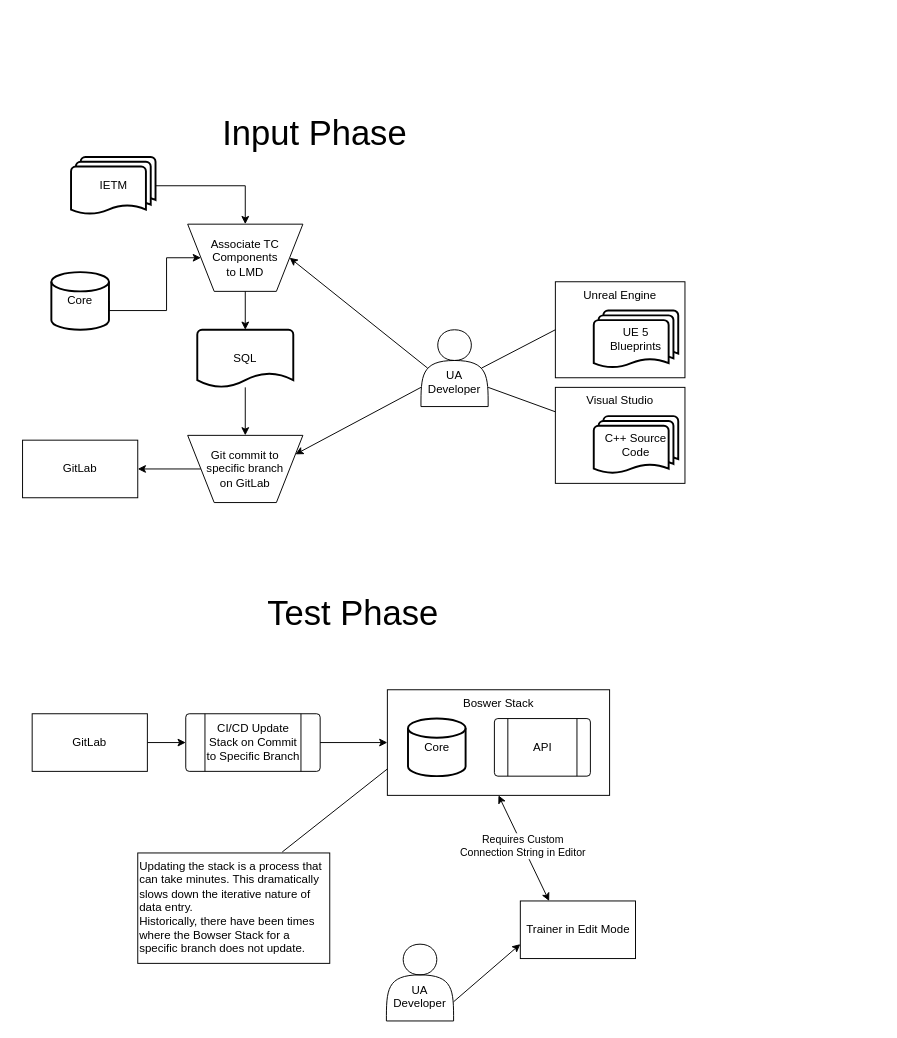
This is UA Developer - Add training data before.drawio from Bspeirtorch/draw, a draw.io file, before an edit. Source tidied: cells renumbered, new cells numbered last; positions are measured from the earlier drawing's top-left corner, leaving out a move shared by most shapes. Both pictures are drawn from the tidied source at 96%, with x=0, y=0 at pixel (22, 118).
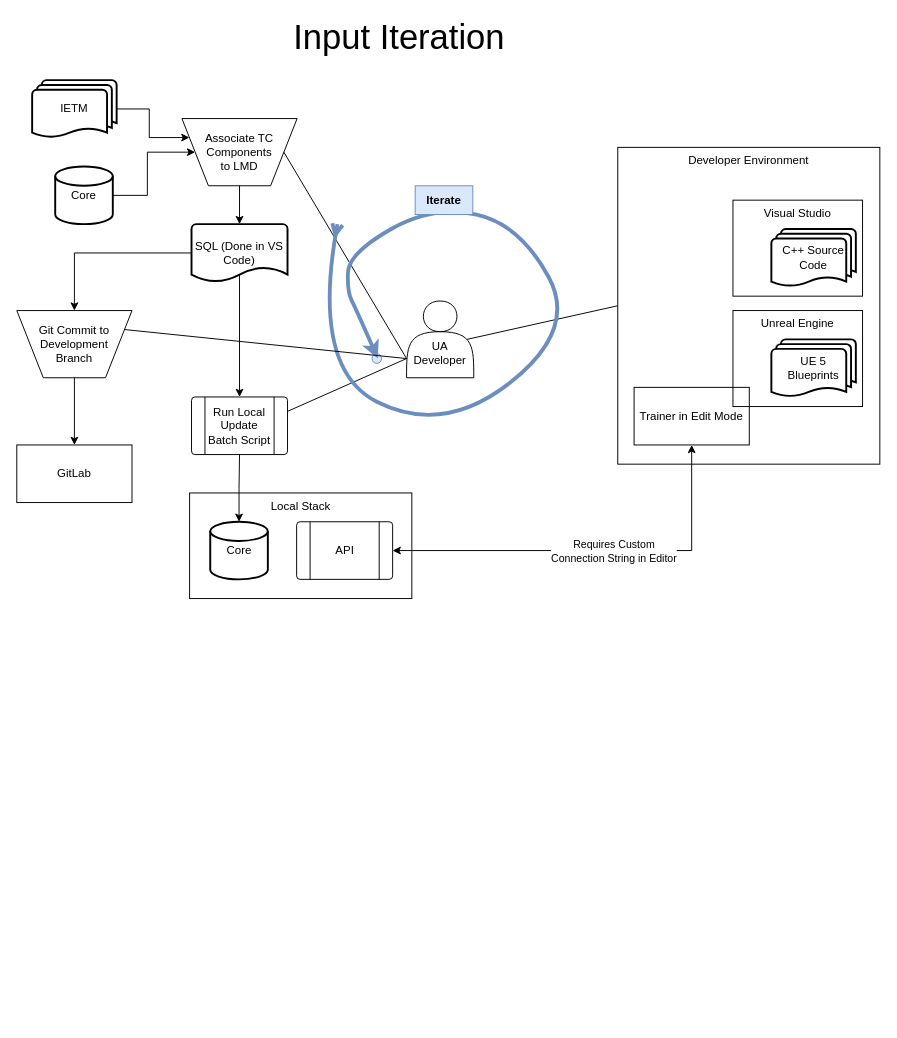
The same page after the edit.

Unchanged cells that the change refers to:
```xml
<mxCell id="16" value="Visual Studio" style="rounded=0;whiteSpace=wrap;html=1;fillColor=none;align=center;verticalAlign=top;" parent="14" vertex="1">
  <mxGeometry width="135" height="100" as="geometry" />
</mxCell>
```

The edit, as a diff of the source:
```diff
@@
+    <mxCell id="42" style="ellipse;whiteSpace=wrap;html=1;fillColor=#dae8fc;strokeColor=#6c8ebf;" parent="1" vertex="1">
+      <mxGeometry x="364" y="245" width="10" height="10" as="geometry" />
+    </mxCell>
     <mxCell id="2" style="edgeStyle=orthogonalEdgeStyle;rounded=0;jettySize=auto;html=1;exitX=1;exitY=0.5;exitDx=0;exitDy=0;exitPerimeter=0;entryX=0;entryY=0.5;entryDx=0;entryDy=0;" parent="1" edge="1" source="3" target="7">
-      <mxGeometry relative="1" as="geometry">
-        <Array as="points">
-          <mxPoint x="150" y="200" />
-          <mxPoint x="150" y="145" />
-        </Array>
-      </mxGeometry>
+      <mxGeometry relative="1" as="geometry" />
     </mxCell>
     <mxCell id="3" value="Core" style="strokeWidth=2;html=1;shape=mxgraph.flowchart.database;whiteSpace=wrap;" parent="1" vertex="1">
-      <mxGeometry x="30" y="160" width="60" height="60" as="geometry" />
+      <mxGeometry x="34" y="50" width="60" height="60" as="geometry" />
     </mxCell>
     <mxCell id="4" value="&lt;br&gt;&lt;br&gt;UA Developer" style="shape=actor;whiteSpace=wrap;html=1;labelPosition=center;verticalLabelPosition=middle;align=center;verticalAlign=middle;" parent="1" vertex="1">
-      <mxGeometry x="415" y="220" width="70" height="80" as="geometry" />
+      <mxGeometry x="400" y="190" width="70" height="80" as="geometry" />
     </mxCell>
-    <mxCell id="5" style="edgeStyle=orthogonalEdgeStyle;rounded=0;jettySize=auto;html=1;exitX=1;exitY=0.5;exitDx=0;exitDy=0;exitPerimeter=0;entryX=0.5;entryY=0;entryDx=0;entryDy=0;" parent="1" edge="1" source="6" target="7">
+    <mxCell id="5" style="edgeStyle=orthogonalEdgeStyle;rounded=0;jettySize=auto;html=1;exitX=1;exitY=0.5;exitDx=0;exitDy=0;exitPerimeter=0;entryX=0;entryY=0.25;entryDx=0;entryDy=0;" parent="1" edge="1" source="6" target="7">
       <mxGeometry relative="1" as="geometry" />
     </mxCell>
     <mxCell id="6" value="IETM" style="strokeWidth=2;html=1;shape=mxgraph.flowchart.multi-document;whiteSpace=wrap;" parent="1" vertex="1">
-      <mxGeometry x="50.5" y="40" width="88" height="60" as="geometry" />
+      <mxGeometry x="10" y="-40" width="88" height="60" as="geometry" />
     </mxCell>
     <mxCell id="7" value="Associate TC Components&lt;br&gt;to LMD" style="verticalLabelPosition=middle;verticalAlign=middle;html=1;shape=trapezoid;perimeter=trapezoidPerimeter;whiteSpace=wrap;size=0.23;arcSize=10;flipV=1;labelPosition=center;align=center;" parent="1" vertex="1">
-      <mxGeometry x="172" y="110" width="120" height="70" as="geometry" />
+      <mxGeometry x="166" width="120" height="70" as="geometry" />
     </mxCell>
-    <mxCell id="8" style="endArrow=classic;html=1;rounded=0;entryX=1;entryY=0.5;entryDx=0;entryDy=0;exitX=0.1;exitY=0.5;exitDx=0;exitDy=0;exitPerimeter=0;startArrow=none;startFill=0;" parent="1" edge="1" source="4" target="7">
+    <mxCell id="8" style="endArrow=none;html=1;rounded=0;entryX=1;entryY=0.5;entryDx=0;entryDy=0;exitX=0;exitY=0.75;exitDx=0;exitDy=0;startArrow=none;startFill=0;endFill=0;" parent="1" edge="1" source="4" target="7">
       <mxGeometry relative="1" as="geometry" />
     </mxCell>
-    <mxCell id="9" style="edgeStyle=orthogonalEdgeStyle;rounded=0;jettySize=auto;html=1;exitX=0.5;exitY=0;exitDx=0;exitDy=0;startArrow=classic;startFill=1;endArrow=none;endFill=0;" parent="1" edge="1" source="11" target="22">
+    <mxCell id="9" style="edgeStyle=orthogonalEdgeStyle;rounded=0;jettySize=auto;html=1;startArrow=classic;startFill=1;endArrow=none;endFill=0;entryX=0.5;entryY=1;entryDx=0;entryDy=0;" parent="1" edge="1" source="35" target="47">
       <mxGeometry relative="1" as="geometry" />
     </mxCell>
-    <mxCell id="10" style="edgeStyle=orthogonalEdgeStyle;rounded=0;jettySize=auto;html=1;exitX=0;exitY=0.5;exitDx=0;exitDy=0;" parent="1" edge="1" source="11" target="41">
-      <mxGeometry relative="1" as="geometry" />
-    </mxCell>
-    <mxCell id="11" value="Git commit to&lt;br&gt;specific branch&lt;br&gt;on GitLab" style="verticalLabelPosition=middle;verticalAlign=middle;html=1;shape=trapezoid;perimeter=trapezoidPerimeter;whiteSpace=wrap;size=0.23;arcSize=10;flipV=1;labelPosition=center;align=center;" parent="1" vertex="1">
-      <mxGeometry x="172" y="330" width="120" height="70" as="geometry" />
-    </mxCell>
-    <mxCell id="12" value="Input Phase" style="text;html=1;strokeColor=none;fillColor=none;align=center;verticalAlign=middle;whiteSpace=wrap;rounded=0;fontSize=36;" parent="1" vertex="1">
-      <mxGeometry x="172" width="265" height="30" as="geometry" />
+    <mxCell id="12" value="Input Iteration" style="text;html=1;strokeColor=none;fillColor=none;align=center;verticalAlign=middle;whiteSpace=wrap;rounded=0;fontSize=36;" parent="1" vertex="1">
+      <mxGeometry x="260" y="-100" width="265" height="30" as="geometry" />
     </mxCell>
-    <mxCell id="13" style="endArrow=classic;html=1;rounded=0;entryX=1;entryY=0.25;entryDx=0;entryDy=0;exitX=0;exitY=0.75;exitDx=0;exitDy=0;" parent="1" edge="1" source="4" target="11">
-      <mxGeometry relative="1" as="geometry" />
-    </mxCell>
+    <mxCell id="20" style="endArrow=none;html=1;rounded=0;exitX=0.9;exitY=0.5;exitDx=0;exitDy=0;startArrow=none;startFill=0;endFill=0;exitPerimeter=0;entryX=0;entryY=0.5;entryDx=0;entryDy=0;" parent="1" edge="1" source="4" target="56">
+      <mxGeometry relative="1" as="geometry" />
+    </mxCell>
+    <mxCell id="43" style="edgeStyle=orthogonalEdgeStyle;rounded=0;jettySize=auto;html=1;exitX=0.5;exitY=0.75;exitDx=0;exitDy=0;exitPerimeter=0;entryX=0.5;entryY=0;entryDx=0;entryDy=0;" parent="1" edge="1" source="22" target="47">
+      <mxGeometry relative="1" as="geometry" />
+    </mxCell>
+    <mxCell id="44" style="edgeStyle=orthogonalEdgeStyle;rounded=0;jettySize=auto;html=1;exitX=0;exitY=0.5;exitDx=0;exitDy=0;exitPerimeter=0;" parent="1" edge="1" source="22" target="53">
+      <mxGeometry relative="1" as="geometry" />
+    </mxCell>
+    <mxCell id="22" value="SQL (Done in VS Code)" style="strokeWidth=2;html=1;shape=mxgraph.flowchart.document2;whiteSpace=wrap;size=0.25;" parent="1" vertex="1">
+      <mxGeometry x="176" y="110" width="100" height="60" as="geometry" />
+    </mxCell>
+    <mxCell id="23" style="edgeStyle=orthogonalEdgeStyle;rounded=0;jettySize=auto;html=1;exitX=0.5;exitY=1;exitDx=0;exitDy=0;entryX=0.5;entryY=0;entryDx=0;entryDy=0;entryPerimeter=0;" parent="1" edge="1" source="7" target="22">
+      <mxGeometry relative="1" as="geometry" />
+    </mxCell>
+    <mxCell id="45" style="group;" parent="1" vertex="1">
+      <mxGeometry x="174" y="390" width="231.5" height="110" as="geometry" />
+    </mxCell>
+    <mxCell id="46" value="Local Stack" style="rounded=0;whiteSpace=wrap;html=1;labelPosition=center;verticalLabelPosition=middle;align=center;verticalAlign=top;fillColor=none;" parent="45" vertex="1">
+      <mxGeometry width="231.5" height="110" as="geometry" />
+    </mxCell>
+    <mxCell id="35" value="Core" style="strokeWidth=2;html=1;shape=mxgraph.flowchart.database;whiteSpace=wrap;" parent="45" vertex="1">
+      <mxGeometry x="21.5" y="30" width="60" height="60" as="geometry" />
+    </mxCell>
+    <mxCell id="37" value="API" style="verticalLabelPosition=middle;verticalAlign=middle;html=1;shape=process;whiteSpace=wrap;rounded=1;size=0.14;arcSize=6;labelPosition=center;align=center;" parent="45" vertex="1">
+      <mxGeometry x="111.5" y="30" width="100" height="60" as="geometry" />
+    </mxCell>
+    <mxCell id="47" value="Run Local Update Batch Script" style="verticalLabelPosition=middle;verticalAlign=middle;html=1;shape=process;whiteSpace=wrap;rounded=1;size=0.14;arcSize=6;labelPosition=center;align=center;" parent="1" vertex="1">
+      <mxGeometry x="176" y="290" width="100" height="60" as="geometry" />
+    </mxCell>
+    <mxCell id="48" style="endArrow=none;html=1;rounded=0;exitX=1;exitY=0.25;exitDx=0;exitDy=0;" parent="1" edge="1" source="47">
+      <mxGeometry relative="1" as="geometry">
+        <mxPoint x="400" y="250" as="targetPoint" />
+      </mxGeometry>
+    </mxCell>
+    <mxCell id="49" style="curved=1;endArrow=classic;html=1;rounded=0;startArrow=ERmany;startFill=0;fillColor=#dae8fc;strokeColor=#6c8ebf;strokeWidth=4;verticalAlign=middle;labelPosition=left;verticalLabelPosition=top;align=right;" parent="1" edge="1">
+      <mxGeometry relative="1" as="geometry">
+        <mxPoint x="328" y="110" as="sourcePoint" />
+        <mxPoint x="370" y="250" as="targetPoint" />
+        <Array as="points">
+          <mxPoint x="300" y="260" />
+          <mxPoint x="438" y="330" />
+          <mxPoint x="578" y="220" />
+          <mxPoint x="518" y="110" />
+          <mxPoint x="428" y="90" />
+          <mxPoint x="340" y="140" />
+          <mxPoint x="338" y="180" />
+          <mxPoint x="348" y="200" />
+        </Array>
+      </mxGeometry>
+    </mxCell>
+    <mxCell id="50" value="Iterate" style="text;html=1;strokeColor=#6c8ebf;fillColor=#dae8fc;align=center;verticalAlign=middle;whiteSpace=wrap;rounded=0;fontStyle=1;" parent="1" vertex="1">
+      <mxGeometry x="409" y="70" width="60" height="30" as="geometry" />
+    </mxCell>
+    <mxCell id="51" value="GitLab" style="rounded=0;whiteSpace=wrap;html=1;" parent="1" vertex="1">
+      <mxGeometry x="-6" y="340" width="120" height="60" as="geometry" />
+    </mxCell>
+    <mxCell id="52" style="edgeStyle=orthogonalEdgeStyle;rounded=0;jettySize=auto;html=1;exitX=0.5;exitY=1;exitDx=0;exitDy=0;entryX=0.5;entryY=0;entryDx=0;entryDy=0;" parent="1" edge="1" source="53" target="51">
+      <mxGeometry relative="1" as="geometry" />
+    </mxCell>
+    <mxCell id="53" value="Git Commit to Development&lt;br&gt;Branch" style="verticalLabelPosition=middle;verticalAlign=middle;html=1;shape=trapezoid;perimeter=trapezoidPerimeter;whiteSpace=wrap;size=0.23;arcSize=10;flipV=1;labelPosition=center;align=center;" parent="1" vertex="1">
+      <mxGeometry x="-6" y="200" width="120" height="70" as="geometry" />
+    </mxCell>
+    <mxCell id="54" style="endArrow=none;html=1;rounded=0;exitX=1;exitY=0.25;exitDx=0;exitDy=0;" parent="1" edge="1" source="53">
+      <mxGeometry relative="1" as="geometry">
+        <mxPoint x="400" y="250" as="targetPoint" />
+      </mxGeometry>
+    </mxCell>
+    <mxCell id="55" style="group;" parent="1" vertex="1">
+      <mxGeometry x="620" y="30" width="273" height="330" as="geometry" />
+    </mxCell>
+    <mxCell id="56" value="Developer Environment" style="rounded=0;whiteSpace=wrap;html=1;verticalAlign=top;" parent="55" vertex="1">
+      <mxGeometry width="273" height="330" as="geometry" />
+    </mxCell>
+    <mxCell id="57" style="group;" parent="55" vertex="1">
+      <mxGeometry x="120" y="55" width="135" height="255" as="geometry" />
+    </mxCell>
-    <mxCell id="14" style="group;" parent="1" vertex="1">
-      <mxGeometry x="555" y="280" width="135" height="100" as="geometry" />
+    <mxCell id="14" style="group;" parent="57" vertex="1">
+      <mxGeometry width="135" height="100" as="geometry" />
     </mxCell>
@@
-    <mxCell id="17" style="group;" parent="1" vertex="1">
-      <mxGeometry x="555" y="170" width="135" height="100" as="geometry" />
-    </mxCell>
+    <mxCell id="58" style="group;" parent="57" vertex="1">
+      <mxGeometry y="115" width="135" height="140" as="geometry" />
+    </mxCell>
+    <mxCell id="38" value="Trainer in Edit Mode" style="rounded=0;whiteSpace=wrap;html=1;" parent="58" vertex="1">
+      <mxGeometry x="-103" y="80" width="120" height="60" as="geometry" />
+    </mxCell>
+    <mxCell id="59" style="group;" parent="58" vertex="1">
+      <mxGeometry width="135" height="100" as="geometry" />
+    </mxCell>
+    <mxCell id="19" value="Unreal Engine" style="rounded=0;whiteSpace=wrap;html=1;fillColor=none;align=center;verticalAlign=top;" parent="59" vertex="1">
+      <mxGeometry width="135" height="100" as="geometry" />
+    </mxCell>
-    <mxCell id="18" value="UE 5&lt;br&gt;Blueprints" style="strokeWidth=2;html=1;shape=mxgraph.flowchart.multi-document;whiteSpace=wrap;" parent="17" vertex="1">
+    <mxCell id="18" value="UE 5&lt;br&gt;Blueprints" style="strokeWidth=2;html=1;shape=mxgraph.flowchart.multi-document;whiteSpace=wrap;" parent="59" vertex="1">
       <mxGeometry x="40" y="30" width="88" height="60" as="geometry" />
     </mxCell>
-    <mxCell id="19" value="Unreal Engine" style="rounded=0;whiteSpace=wrap;html=1;fillColor=none;align=center;verticalAlign=top;" parent="17" vertex="1">
-      <mxGeometry width="135" height="100" as="geometry" />
-    </mxCell>
-    <mxCell id="20" style="endArrow=none;html=1;rounded=0;exitX=1;exitY=0.75;exitDx=0;exitDy=0;startArrow=none;startFill=0;endFill=0;" parent="1" edge="1" source="4" target="16">
-      <mxGeometry relative="1" as="geometry" />
-    </mxCell>
-    <mxCell id="21" style="endArrow=none;html=1;rounded=0;exitX=0.9;exitY=0.5;exitDx=0;exitDy=0;exitPerimeter=0;entryX=0;entryY=0.5;entryDx=0;entryDy=0;startArrow=none;startFill=0;endFill=0;" parent="1" edge="1" source="4" target="19">
-      <mxGeometry relative="1" as="geometry" />
-    </mxCell>
-    <mxCell id="22" value="SQL" style="strokeWidth=2;html=1;shape=mxgraph.flowchart.document2;whiteSpace=wrap;size=0.25;" parent="1" vertex="1">
-      <mxGeometry x="182" y="220" width="100" height="60" as="geometry" />
-    </mxCell>
-    <mxCell id="23" style="edgeStyle=orthogonalEdgeStyle;rounded=0;jettySize=auto;html=1;exitX=0.5;exitY=1;exitDx=0;exitDy=0;entryX=0.5;entryY=0;entryDx=0;entryDy=0;entryPerimeter=0;" parent="1" edge="1" source="7" target="22">
-      <mxGeometry relative="1" as="geometry" />
-    </mxCell>
-    <mxCell id="24" value="Test Phase" style="text;html=1;strokeColor=none;fillColor=none;align=center;verticalAlign=middle;whiteSpace=wrap;rounded=0;fontSize=36;" parent="1" vertex="1">
-      <mxGeometry x="212" y="500" width="265" height="30" as="geometry" />
-    </mxCell>
-    <mxCell id="25" value="&lt;br&gt;&lt;br&gt;UA Developer" style="shape=actor;whiteSpace=wrap;html=1;labelPosition=center;verticalLabelPosition=middle;align=center;verticalAlign=middle;" parent="1" vertex="1">
-      <mxGeometry x="379" y="860" width="70" height="80" as="geometry" />
-    </mxCell>
-    <mxCell id="26" style="endArrow=classic;html=1;rounded=0;exitX=1;exitY=0.75;exitDx=0;exitDy=0;entryX=0;entryY=0.75;entryDx=0;entryDy=0;" parent="1" edge="1" source="25" target="38">
-      <mxGeometry relative="1" as="geometry" />
-    </mxCell>
-    <mxCell id="27" style="endArrow=none;html=1;rounded=0;exitX=0.75;exitY=0;exitDx=0;exitDy=0;endFill=0;entryX=0;entryY=0.75;entryDx=0;entryDy=0;" parent="1" edge="1" source="28" target="36">
-      <mxGeometry relative="1" as="geometry" />
-    </mxCell>
-    <mxCell id="28" value="Updating the stack is a process that can take minutes. This dramatically slows down the iterative nature of data entry.&lt;br&gt;Historically, there have been times where the Bowser Stack for a specific branch does not update." style="text;html=1;strokeColor=default;fillColor=none;align=left;verticalAlign=top;whiteSpace=wrap;rounded=0;labelPosition=center;verticalLabelPosition=middle;perimeterSpacing=1;" parent="1" vertex="1">
-      <mxGeometry x="120" y="765" width="200" height="115" as="geometry" />
-    </mxCell>
-    <mxCell id="29" value="CI/CD Update Stack on Commit to Specific Branch" style="verticalLabelPosition=middle;verticalAlign=middle;html=1;shape=process;whiteSpace=wrap;rounded=1;size=0.14;arcSize=6;labelPosition=center;align=center;" parent="1" vertex="1">
-      <mxGeometry x="170" y="620" width="140" height="60" as="geometry" />
-    </mxCell>
-    <mxCell id="30" style="edgeStyle=orthogonalEdgeStyle;rounded=0;jettySize=auto;html=1;exitX=1;exitY=0.5;exitDx=0;exitDy=0;entryX=0;entryY=0.5;entryDx=0;entryDy=0;" parent="1" edge="1" source="31" target="29">
-      <mxGeometry relative="1" as="geometry" />
-    </mxCell>
-    <mxCell id="31" value="GitLab" style="rounded=0;whiteSpace=wrap;html=1;" parent="1" vertex="1">
-      <mxGeometry x="10" y="620" width="120" height="60" as="geometry" />
-    </mxCell>
-    <mxCell id="32" style="edgeStyle=orthogonalEdgeStyle;rounded=0;jettySize=auto;html=1;exitX=1;exitY=0.5;exitDx=0;exitDy=0;entryX=0;entryY=0.5;entryDx=0;entryDy=0;" parent="1" edge="1" source="29" target="36">
-      <mxGeometry relative="1" as="geometry" />
-    </mxCell>
-    <mxCell id="33" style="group;" parent="1" vertex="1">
-      <mxGeometry x="380" y="625" width="231.5" height="180" as="geometry" />
-    </mxCell>
-    <mxCell id="34" style="group;" parent="33" vertex="1">
-      <mxGeometry y="-30" width="231.5" height="110" as="geometry" />
-    </mxCell>
-    <mxCell id="35" value="Core" style="strokeWidth=2;html=1;shape=mxgraph.flowchart.database;whiteSpace=wrap;" parent="34" vertex="1">
-      <mxGeometry x="21.5" y="30" width="60" height="60" as="geometry" />
-    </mxCell>
-    <mxCell id="36" value="Boswer Stack" style="rounded=0;whiteSpace=wrap;html=1;labelPosition=center;verticalLabelPosition=middle;align=center;verticalAlign=top;fillColor=none;" parent="34" vertex="1">
-      <mxGeometry width="231.5" height="110" as="geometry" />
-    </mxCell>
-    <mxCell id="37" value="API" style="verticalLabelPosition=middle;verticalAlign=middle;html=1;shape=process;whiteSpace=wrap;rounded=1;size=0.14;arcSize=6;labelPosition=center;align=center;" parent="34" vertex="1">
-      <mxGeometry x="111.5" y="30" width="100" height="60" as="geometry" />
-    </mxCell>
-    <mxCell id="38" value="Trainer in Edit Mode" style="rounded=0;whiteSpace=wrap;html=1;" parent="1" vertex="1">
-      <mxGeometry x="518.5" y="815" width="120" height="60" as="geometry" />
-    </mxCell>
-    <mxCell id="39" style="endArrow=classic;html=1;rounded=0;entryX=0.5;entryY=1;entryDx=0;entryDy=0;exitX=0.25;exitY=0;exitDx=0;exitDy=0;startArrow=classic;startFill=1;" parent="1" edge="1" source="38" target="36">
-      <mxGeometry relative="1" as="geometry" />
-    </mxCell>
+    <mxCell id="60" style="edgeStyle=orthogonalEdgeStyle;rounded=0;jettySize=auto;html=1;exitX=0.5;exitY=1;exitDx=0;exitDy=0;startArrow=classic;startFill=1;entryX=1;entryY=0.5;entryDx=0;entryDy=0;" parent="1" edge="1" source="38" target="37">
+      <mxGeometry relative="1" as="geometry">
+        <Array as="points">
+          <mxPoint x="697" y="450" />
+        </Array>
+      </mxGeometry>
+    </mxCell>
-    <mxCell id="40" value="Requires Custom&lt;br&gt;Connection String in Editor" style="edgeLabel;html=1;align=center;verticalAlign=middle;" parent="39" vertex="1">
-      <mxGeometry x="0.05" relative="1" as="geometry" />
+    <mxCell id="40" value="Requires Custom&lt;br style=&quot;border-color: var(--border-color);&quot;&gt;Connection String in Editor" style="edgeLabel;html=1;align=center;verticalAlign=middle;" parent="60" vertex="1">
+      <mxGeometry x="-0.09" relative="1" as="geometry" />
     </mxCell>
-    <mxCell id="41" value="GitLab" style="rounded=0;whiteSpace=wrap;html=1;" parent="1" vertex="1">
-      <mxGeometry y="335" width="120" height="60" as="geometry" />
-    </mxCell>
```
